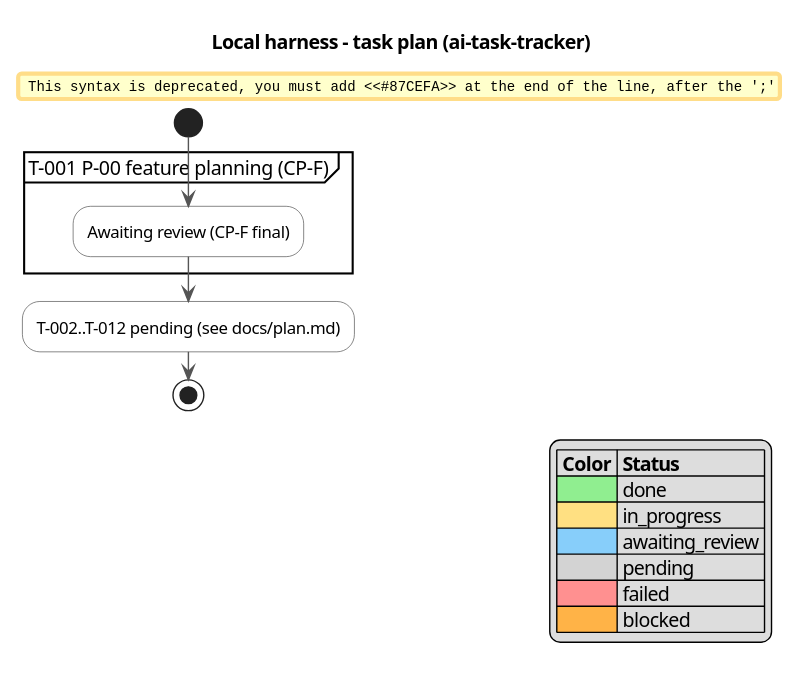
serge-sasov/ai-task-tracker keeps this PlantUML diagram as docs/activity.svg. Above is the earlier version.
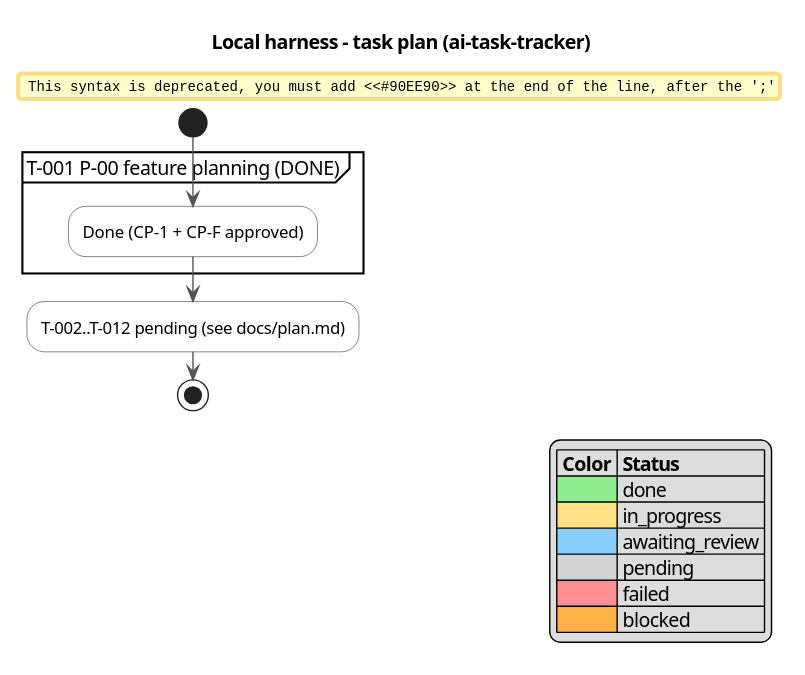
After the change.

Commit message:
T-001: feature planning (P-00) accepted

Diff of the diagram source:
```diff
@@ -6,8 +6,8 @@
 title Local harness - task plan (ai-task-tracker)
 
 start
-partition "T-001 P-00 feature planning (CP-F)" {
-  #87CEFA:Awaiting review (CP-F final);
+partition "T-001 P-00 feature planning (DONE)" {
+  #90EE90:Done (CP-1 + CP-F approved);
 }
 :T-002..T-012 pending (see docs/plan.md);
 stop
```
